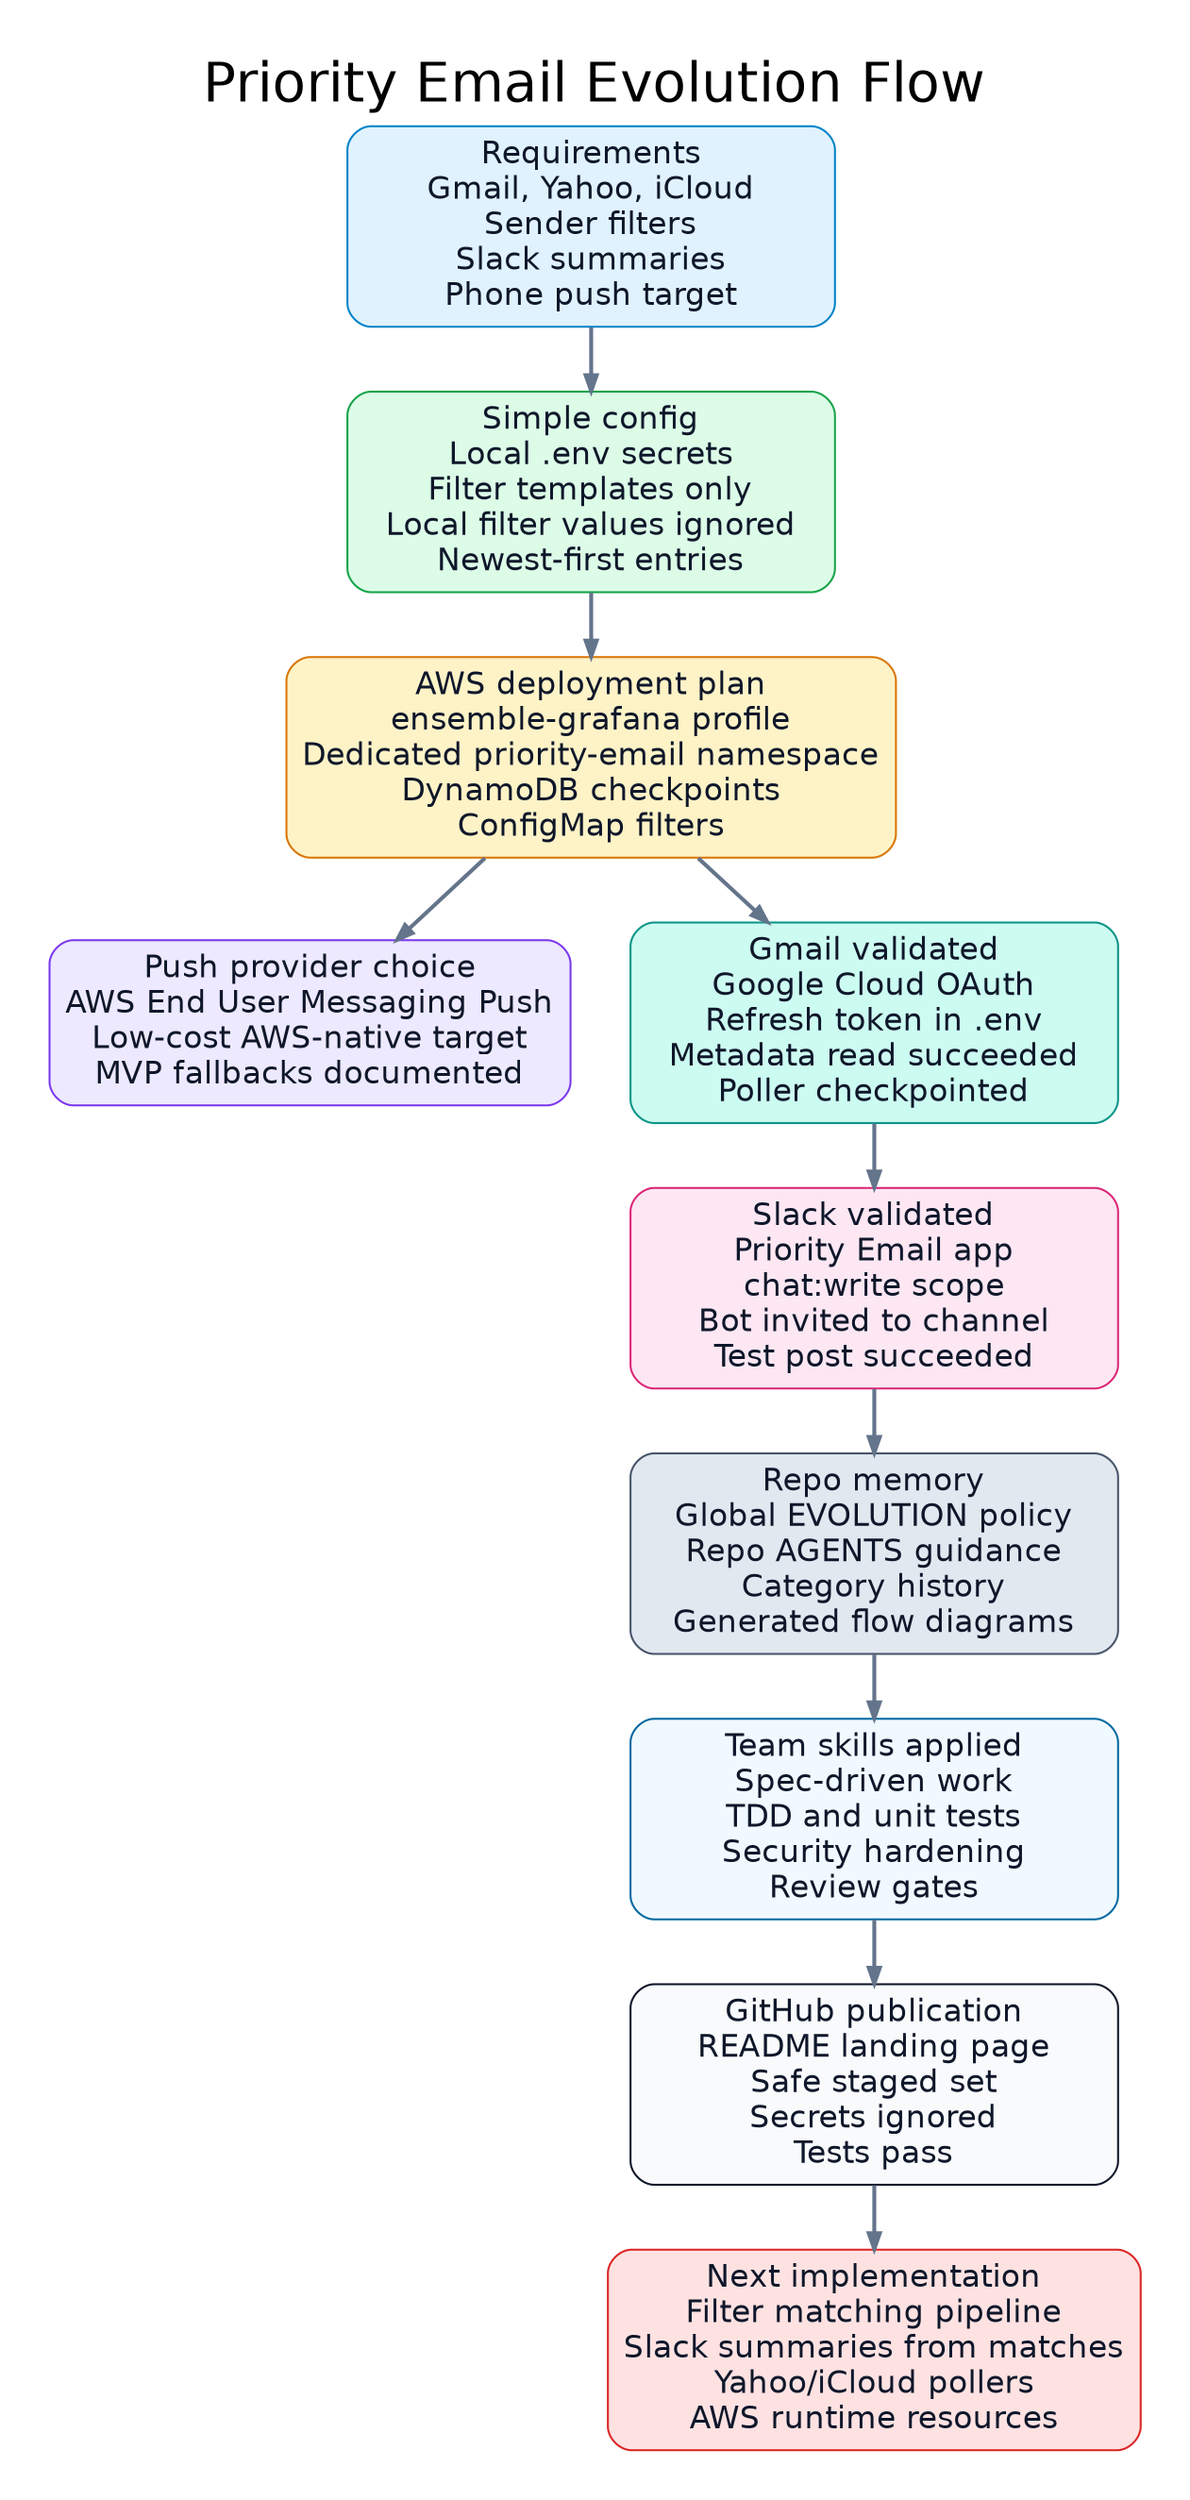
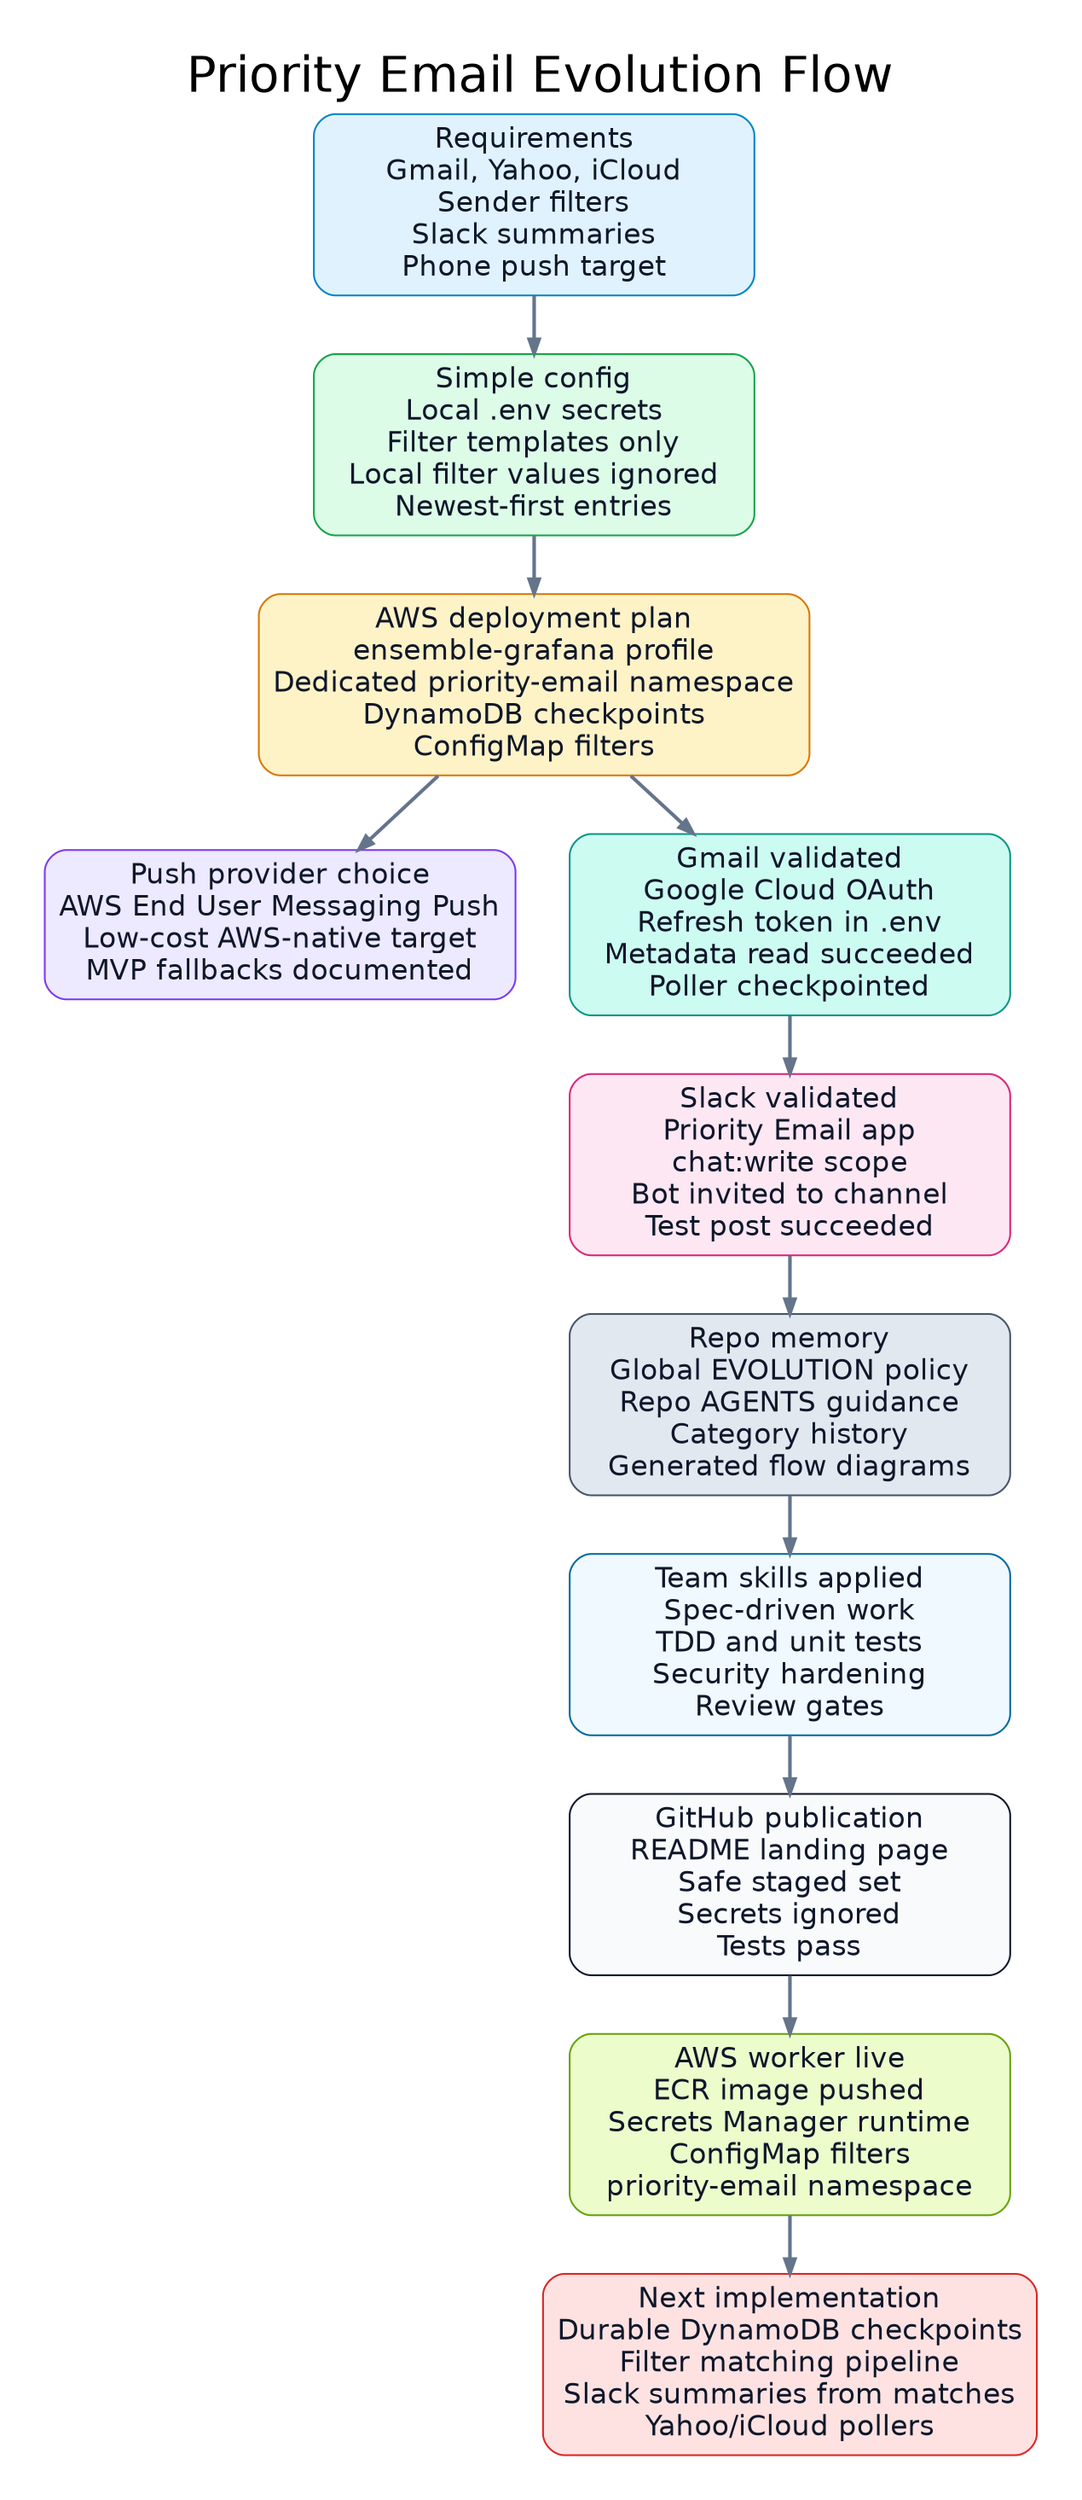
digraph priority_email_evolution_flow {
  graph [
    rankdir=TB,
    bgcolor="#ffffff",
    pad="0.35",
    nodesep="0.42",
    ranksep="0.46",
    fontname="Helvetica",
    fontsize=28,
    labelloc="t",
    label="Priority Email Evolution Flow"
  ];

  node [
    shape=box,
    style="rounded,filled",
    fontname="Helvetica",
    fontsize=16,
    margin="0.11,0.08",
    width=3.45,
    color="#334155",
    fontcolor="#0f172a"
  ];

  edge [
    color="#64748b",
    arrowsize=0.8,
    penwidth=2,
    fontname="Helvetica",
    fontsize=12,
    fontcolor="#334155"
  ];

  requirements [
    label="Requirements\nGmail, Yahoo, iCloud\nSender filters\nSlack summaries\nPhone push target",
    fillcolor="#e0f2fe",
    color="#0284c7"
  ];

  config [
    label="Simple config\nLocal .env secrets\nFilter templates only\nLocal filter values ignored\nNewest-first entries",
    fillcolor="#dcfce7",
    color="#16a34a"
  ];

  deployment [
    label="AWS deployment plan\nensemble-grafana profile\nDedicated priority-email namespace\nDynamoDB checkpoints\nConfigMap filters",
    fillcolor="#fef3c7",
    color="#d97706"
  ];

  push [
    label="Push provider choice\nAWS End User Messaging Push\nLow-cost AWS-native target\nMVP fallbacks documented",
    fillcolor="#ede9fe",
    color="#7c3aed"
  ];

  gmail [
    label="Gmail validated\nGoogle Cloud OAuth\nRefresh token in .env\nMetadata read succeeded\nPoller checkpointed",
    fillcolor="#ccfbf1",
    color="#0d9488"
  ];

  slack [
    label="Slack validated\nPriority Email app\nchat:write scope\nBot invited to channel\nTest post succeeded",
    fillcolor="#fce7f3",
    color="#db2777"
  ];

  policy [
    label="Repo memory\nGlobal EVOLUTION policy\nRepo AGENTS guidance\nCategory history\nGenerated flow diagrams",
    fillcolor="#e2e8f0",
    color="#475569"
  ];

  quality [
    label="Team skills applied\nSpec-driven work\nTDD and unit tests\nSecurity hardening\nReview gates",
    fillcolor="#f0f9ff",
    color="#0369a1"
  ];

  github [
    label="GitHub publication\nREADME landing page\nSafe staged set\nSecrets ignored\nTests pass",
    fillcolor="#f8fafc",
    color="#0f172a"
  ];

+   aws_live [
+     label="AWS worker live\nECR image pushed\nSecrets Manager runtime\nConfigMap filters\npriority-email namespace",
+     fillcolor="#ecfccb",
+     color="#65a30d"
+   ];
+ 
  next [
-     label="Next implementation\nFilter matching pipeline\nSlack summaries from matches\nYahoo/iCloud pollers\nAWS runtime resources",
+     label="Next implementation\nDurable DynamoDB checkpoints\nFilter matching pipeline\nSlack summaries from matches\nYahoo/iCloud pollers",
    fillcolor="#fee2e2",
    color="#dc2626"
  ];

  requirements -> config;
  config -> deployment;
  deployment -> push;
  deployment -> gmail;
  gmail -> slack;
  slack -> policy;
  policy -> quality;
  quality -> github;
-   github -> next;
+   github -> aws_live;
+   aws_live -> next;
}
